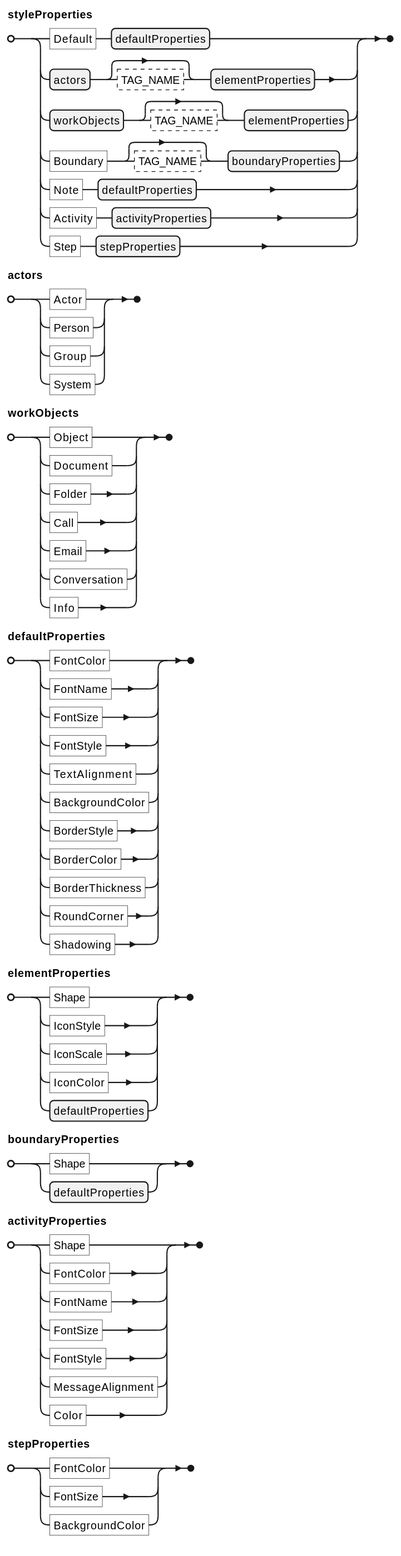
The PlantUML diagram docs/assets/stylePropertyNames.svg in johthor/DomainStory-PlantUML, before a commit. Source of this version:
```plantuml
@startebnf
styleProperties =
"Default", defaultProperties |actors, [?TAG_NAME?], elementProperties |workObjects, [?TAG_NAME?], elementProperties |"Boundary", [?TAG_NAME?], boundaryProperties |"Note", defaultProperties |"Activity", activityProperties |"Step", stepProperties;

actors = "Actor" | "Person" | "Group" | "System";
workObjects = "Object" | "Document" | "Folder" | "Call" | "Email" | "Conversation" | "Info";

defaultProperties = "FontColor" | "FontName" | "FontSize" | "FontStyle" | "TextAlignment" | "BackgroundColor" | "BorderStyle" | "BorderColor" | "BorderThickness" | "RoundCorner" | "Shadowing";
elementProperties = "Shape" | "IconStyle" | "IconScale" | "IconColor" | defaultProperties;
boundaryProperties = "Shape" | defaultProperties;

activityProperties = "Shape" | "FontColor" | "FontName" | "FontSize" | "FontStyle" | "MessageAlignment" | "Color";
stepProperties = "FontColor" | "FontSize" | "BackgroundColor";

@endyaml
```
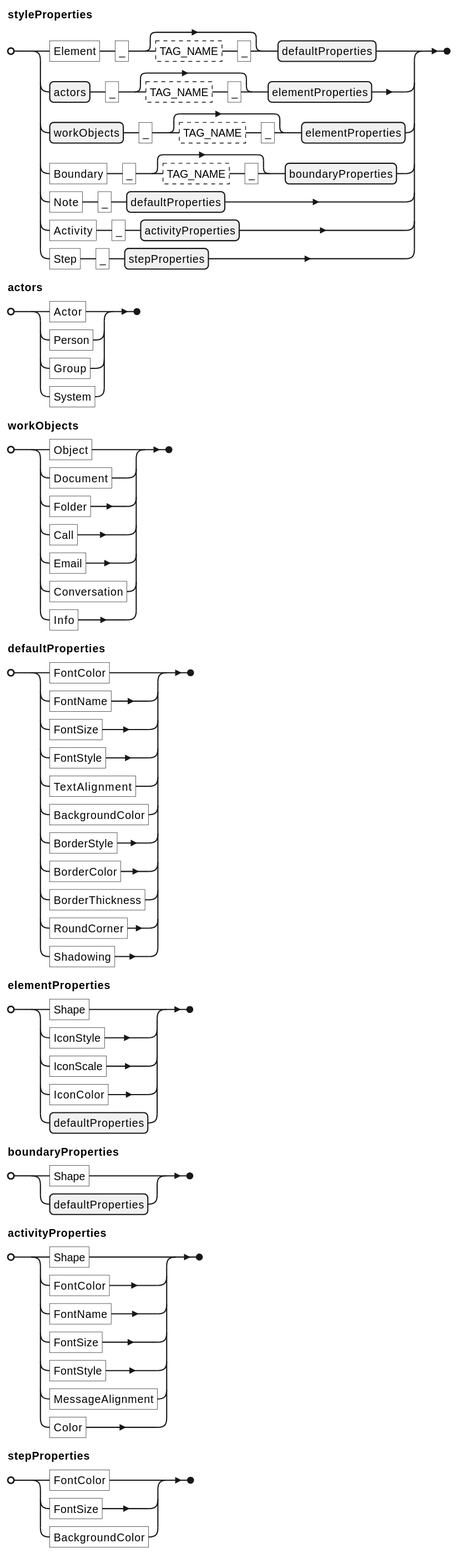
The same diagram one commit later.

What changed in the source:
```diff
@@ -1,6 +1,6 @@
 @startebnf
 styleProperties =
-"Default", defaultProperties |actors, [?TAG_NAME?], elementProperties |workObjects, [?TAG_NAME?], elementProperties |"Boundary", [?TAG_NAME?], boundaryProperties |"Note", defaultProperties |"Activity", activityProperties |"Step", stepProperties;
+"Element", "_", [ ?TAG_NAME?, "_" ], defaultProperties |actors, "_", [ ?TAG_NAME?, "_" ], elementProperties |workObjects, "_", [ ?TAG_NAME?, "_" ], elementProperties |"Boundary", "_", [ ?TAG_NAME?, "_" ], boundaryProperties |"Note", "_", defaultProperties |"Activity", "_", activityProperties |"Step", "_", stepProperties;
 
 actors = "Actor" | "Person" | "Group" | "System";
 workObjects = "Object" | "Document" | "Folder" | "Call" | "Email" | "Conversation" | "Info";
```
